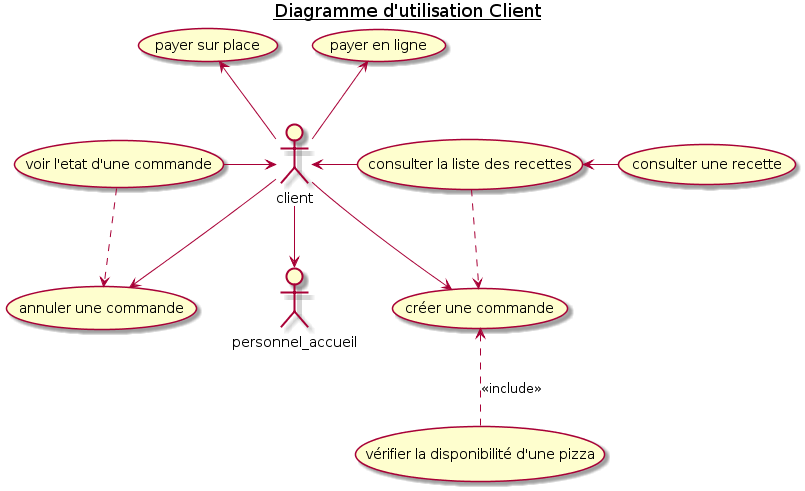
Above: doc/img/2_Client_UseCaseDiagram.png in Zepmanbc/oc_dapython_pr4 (PlantUML), before the change. Its diagram source:
```plantuml
@startuml 2_Client_UseCaseDiagram

title <u>Diagramme d'utilisation Client</u>
actor client as CUSTOMER
actor personnel_accueil as ACCUEIL

    (créer une commande) AS CREATE_CMD
    (voir l'etat d'une commande) AS SHOW_STATE_CMD
    (payer en ligne) AS PAY_ONLINE_CMD
    (payer sur place) AS PAY_STORE_CMD
    (annuler une commande) AS CANCEL_CMD

    (consulter la liste des recettes) AS LIST_RECIPE
    (consulter une recette) AS SHOW_RECIPE
    (vérifier la disponibilité d'une pizza) AS AVAIL_RECIPE


CUSTOMER --> CREATE_CMD
CUSTOMER <-r- LIST_RECIPE
CUSTOMER <-l- SHOW_STATE_CMD
CUSTOMER --> CANCEL_CMD
CUSTOMER -u-> PAY_ONLINE_CMD
CUSTOMER -u-> PAY_STORE_CMD
CUSTOMER -d-> ACCUEIL

CREATE_CMD <.. AVAIL_RECIPE : <<include>>
LIST_RECIPE ..> CREATE_CMD
LIST_RECIPE <-r- SHOW_RECIPE

SHOW_STATE_CMD ..> CANCEL_CMD

@enduml
```
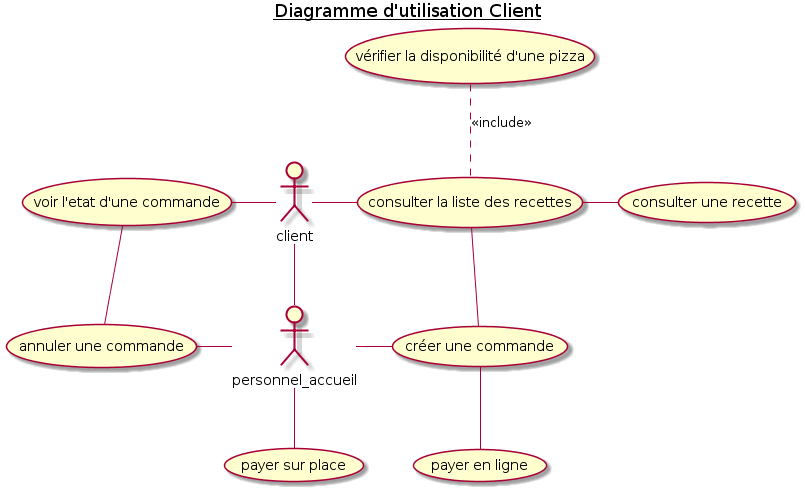
Above is the later version.

Change to the diagram source:
```diff
@@ -15,18 +15,19 @@
     (vérifier la disponibilité d'une pizza) AS AVAIL_RECIPE
 
 
-CUSTOMER --> CREATE_CMD
-CUSTOMER <-r- LIST_RECIPE
-CUSTOMER <-l- SHOW_STATE_CMD
-CUSTOMER --> CANCEL_CMD
-CUSTOMER -u-> PAY_ONLINE_CMD
-CUSTOMER -u-> PAY_STORE_CMD
-CUSTOMER -d-> ACCUEIL
+CUSTOMER -r- LIST_RECIPE
+CUSTOMER -l- SHOW_STATE_CMD
+CUSTOMER -d- ACCUEIL
+CREATE_CMD -- PAY_ONLINE_CMD
+ACCUEIL -- PAY_STORE_CMD
 
-CREATE_CMD <.. AVAIL_RECIPE : <<include>>
-LIST_RECIPE ..> CREATE_CMD
-LIST_RECIPE <-r- SHOW_RECIPE
+LIST_RECIPE .u. AVAIL_RECIPE : <<include>>
+LIST_RECIPE -- CREATE_CMD
+LIST_RECIPE -r- SHOW_RECIPE
 
-SHOW_STATE_CMD ..> CANCEL_CMD
+SHOW_STATE_CMD -- CANCEL_CMD
+
+ACCUEIL - CREATE_CMD
+CANCEL_CMD - ACCUEIL
 
 @enduml
```
